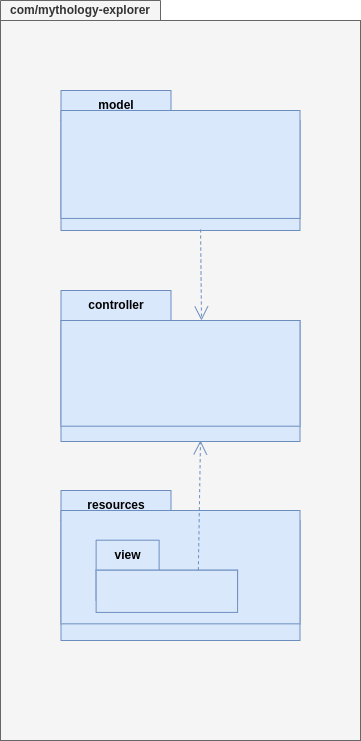
alexfdb/mythology-explorer keeps this draw.io diagram as images/diagrama-paquetes.drawio.png. Above is the earlier version. Source tidied: cells renumbered, new cells last; positions are measured from the earlier drawing's top-left corner, leaving out a move shared by most shapes. Source of this version:
```xml
<mxGraphModel>
  <root>
    <mxCell id="0" />
    <mxCell id="1" parent="0" />
    <mxCell id="2" value="com/mythology-explorer" style="shape=folder;fontStyle=1;tabWidth=160;tabHeight=20;tabPosition=left;html=1;boundedLbl=1;labelInHeader=1;whiteSpace=wrap;fillColor=#f5f5f5;fontColor=#333333;strokeColor=#666666;" parent="1" vertex="1">
      <mxGeometry width="360" height="740" as="geometry" />
    </mxCell>
    <mxCell id="3" style="html=1;whiteSpace=wrap;fillColor=#f5f5f5;fontColor=#333333;strokeColor=#666666;" parent="1" vertex="1">
      <mxGeometry y="20" width="360" height="720" as="geometry">
        <mxPoint y="20" as="offset" />
      </mxGeometry>
    </mxCell>
    <mxCell id="4" value="model" style="shape=folder;fontStyle=1;tabWidth=110;tabHeight=30;tabPosition=left;html=1;boundedLbl=1;labelInHeader=1;whiteSpace=wrap;fillColor=#dae8fc;strokeColor=#6c8ebf;" parent="1" vertex="1">
      <mxGeometry x="60.5" y="90" width="239" height="140" as="geometry" />
    </mxCell>
    <mxCell id="5" style="html=1;strokeColor=#6c8ebf;fillColor=#dae8fc;whiteSpace=wrap;" parent="4" vertex="1">
      <mxGeometry width="239" height="107.93" relative="1" as="geometry">
        <mxPoint y="20" as="offset" />
      </mxGeometry>
    </mxCell>
    <mxCell id="6" value="controller" style="shape=folder;fontStyle=1;tabWidth=110;tabHeight=30;tabPosition=left;html=1;boundedLbl=1;labelInHeader=1;whiteSpace=wrap;fillColor=#dae8fc;strokeColor=#6c8ebf;" parent="1" vertex="1">
      <mxGeometry x="60.5" y="290" width="239" height="151" as="geometry" />
    </mxCell>
    <mxCell id="7" style="html=1;strokeColor=#6c8ebf;fillColor=#dae8fc;whiteSpace=wrap;" parent="6" vertex="1">
      <mxGeometry width="239" height="105.7" relative="1" as="geometry">
        <mxPoint y="30" as="offset" />
      </mxGeometry>
    </mxCell>
    <mxCell id="8" value="resources" style="shape=folder;fontStyle=1;tabWidth=110;tabHeight=30;tabPosition=left;html=1;boundedLbl=1;labelInHeader=1;whiteSpace=wrap;fillColor=#dae8fc;strokeColor=#6c8ebf;" parent="1" vertex="1">
      <mxGeometry x="60.5" y="490" width="239" height="150" as="geometry" />
    </mxCell>
    <mxCell id="9" style="html=1;strokeColor=#6c8ebf;fillColor=#dae8fc;whiteSpace=wrap;" parent="8" vertex="1">
      <mxGeometry width="239" height="113.33" relative="1" as="geometry">
        <mxPoint y="20" as="offset" />
      </mxGeometry>
    </mxCell>
    <mxCell id="10" value="view" style="shape=folder;fontStyle=1;tabWidth=63;tabHeight=30;tabPosition=left;html=1;boundedLbl=1;labelInHeader=1;whiteSpace=wrap;fillColor=#dae8fc;strokeColor=#6c8ebf;" parent="8" vertex="1">
      <mxGeometry x="35.1" y="49.7" width="141.4" height="60.3" as="geometry" />
    </mxCell>
    <mxCell id="11" style="html=1;strokeColor=#6c8ebf;fillColor=#dae8fc;whiteSpace=wrap;" parent="10" vertex="1">
      <mxGeometry width="141.45" height="42.22" relative="1" as="geometry">
        <mxPoint y="30" as="offset" />
      </mxGeometry>
    </mxCell>
    <mxCell id="12" style="edgeStyle=none;html=1;endArrow=open;endSize=12;dashed=1;verticalAlign=bottom;exitX=0;exitY=0;exitDx=102.22448979591837;exitDy=30;exitPerimeter=0;fillColor=#dae8fc;strokeColor=#6c8ebf;" parent="1" edge="1" source="10">
      <mxGeometry relative="1" as="geometry">
        <mxPoint x="200" y="440" as="targetPoint" />
      </mxGeometry>
    </mxCell>
    <mxCell id="13" style="edgeStyle=none;html=1;endArrow=open;endSize=12;dashed=1;verticalAlign=bottom;exitX=0.584;exitY=0.993;exitDx=0;exitDy=0;exitPerimeter=0;fillColor=#dae8fc;strokeColor=#6c8ebf;" parent="1" edge="1" source="4">
      <mxGeometry relative="1" as="geometry">
        <mxPoint x="201" y="320" as="targetPoint" />
      </mxGeometry>
    </mxCell>
  </root>
</mxGraphModel>
```
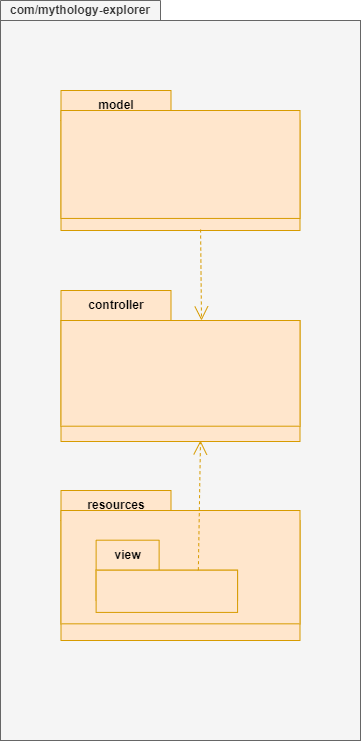
After the commit.

Commit message:
Se diseña el diagrama de clases

Diff of the diagram source:
```diff
@@ -2,52 +2,52 @@
   <root>
     <mxCell id="0" />
     <mxCell id="1" parent="0" />
-    <mxCell id="2" value="com/mythology-explorer" style="shape=folder;fontStyle=1;tabWidth=160;tabHeight=20;tabPosition=left;html=1;boundedLbl=1;labelInHeader=1;whiteSpace=wrap;fillColor=#f5f5f5;fontColor=#333333;strokeColor=#666666;" parent="1" vertex="1">
+    <mxCell id="2" value="com/mythology-explorer" style="shape=folder;fontStyle=1;tabWidth=160;tabHeight=20;tabPosition=left;html=1;boundedLbl=1;labelInHeader=1;whiteSpace=wrap;fillColor=#f5f5f5;strokeColor=#666666;fontColor=#333333;" parent="1" vertex="1">
       <mxGeometry width="360" height="740" as="geometry" />
     </mxCell>
-    <mxCell id="3" style="html=1;whiteSpace=wrap;fillColor=#f5f5f5;fontColor=#333333;strokeColor=#666666;" parent="1" vertex="1">
+    <mxCell id="3" style="html=1;whiteSpace=wrap;fillColor=#f5f5f5;strokeColor=#666666;fontColor=#333333;" parent="1" vertex="1">
       <mxGeometry y="20" width="360" height="720" as="geometry">
         <mxPoint y="20" as="offset" />
       </mxGeometry>
     </mxCell>
-    <mxCell id="4" value="model" style="shape=folder;fontStyle=1;tabWidth=110;tabHeight=30;tabPosition=left;html=1;boundedLbl=1;labelInHeader=1;whiteSpace=wrap;fillColor=#dae8fc;strokeColor=#6c8ebf;" parent="1" vertex="1">
+    <mxCell id="4" value="model" style="shape=folder;fontStyle=1;tabWidth=110;tabHeight=30;tabPosition=left;html=1;boundedLbl=1;labelInHeader=1;whiteSpace=wrap;fillColor=#ffe6cc;strokeColor=#d79b00;" parent="1" vertex="1">
       <mxGeometry x="60.5" y="90" width="239" height="140" as="geometry" />
     </mxCell>
-    <mxCell id="5" style="html=1;strokeColor=#6c8ebf;fillColor=#dae8fc;whiteSpace=wrap;" parent="4" vertex="1">
+    <mxCell id="5" style="html=1;strokeColor=#d79b00;fillColor=#ffe6cc;whiteSpace=wrap;" parent="4" vertex="1">
       <mxGeometry width="239" height="107.93" relative="1" as="geometry">
         <mxPoint y="20" as="offset" />
       </mxGeometry>
     </mxCell>
-    <mxCell id="6" value="controller" style="shape=folder;fontStyle=1;tabWidth=110;tabHeight=30;tabPosition=left;html=1;boundedLbl=1;labelInHeader=1;whiteSpace=wrap;fillColor=#dae8fc;strokeColor=#6c8ebf;" parent="1" vertex="1">
+    <mxCell id="6" value="controller" style="shape=folder;fontStyle=1;tabWidth=110;tabHeight=30;tabPosition=left;html=1;boundedLbl=1;labelInHeader=1;whiteSpace=wrap;fillColor=#ffe6cc;strokeColor=#d79b00;" parent="1" vertex="1">
       <mxGeometry x="60.5" y="290" width="239" height="151" as="geometry" />
     </mxCell>
-    <mxCell id="7" style="html=1;strokeColor=#6c8ebf;fillColor=#dae8fc;whiteSpace=wrap;" parent="6" vertex="1">
+    <mxCell id="7" style="html=1;strokeColor=#d79b00;fillColor=#ffe6cc;whiteSpace=wrap;" parent="6" vertex="1">
       <mxGeometry width="239" height="105.7" relative="1" as="geometry">
         <mxPoint y="30" as="offset" />
       </mxGeometry>
     </mxCell>
-    <mxCell id="8" value="resources" style="shape=folder;fontStyle=1;tabWidth=110;tabHeight=30;tabPosition=left;html=1;boundedLbl=1;labelInHeader=1;whiteSpace=wrap;fillColor=#dae8fc;strokeColor=#6c8ebf;" parent="1" vertex="1">
+    <mxCell id="8" value="resources" style="shape=folder;fontStyle=1;tabWidth=110;tabHeight=30;tabPosition=left;html=1;boundedLbl=1;labelInHeader=1;whiteSpace=wrap;fillColor=#ffe6cc;strokeColor=#d79b00;" parent="1" vertex="1">
       <mxGeometry x="60.5" y="490" width="239" height="150" as="geometry" />
     </mxCell>
-    <mxCell id="9" style="html=1;strokeColor=#6c8ebf;fillColor=#dae8fc;whiteSpace=wrap;" parent="8" vertex="1">
+    <mxCell id="9" style="html=1;strokeColor=#d79b00;fillColor=#ffe6cc;whiteSpace=wrap;" parent="8" vertex="1">
       <mxGeometry width="239" height="113.33" relative="1" as="geometry">
         <mxPoint y="20" as="offset" />
       </mxGeometry>
     </mxCell>
-    <mxCell id="10" value="view" style="shape=folder;fontStyle=1;tabWidth=63;tabHeight=30;tabPosition=left;html=1;boundedLbl=1;labelInHeader=1;whiteSpace=wrap;fillColor=#dae8fc;strokeColor=#6c8ebf;" parent="8" vertex="1">
+    <mxCell id="10" value="view" style="shape=folder;fontStyle=1;tabWidth=63;tabHeight=30;tabPosition=left;html=1;boundedLbl=1;labelInHeader=1;whiteSpace=wrap;fillColor=#ffe6cc;strokeColor=#d79b00;" parent="8" vertex="1">
       <mxGeometry x="35.1" y="49.7" width="141.4" height="60.3" as="geometry" />
     </mxCell>
-    <mxCell id="11" style="html=1;strokeColor=#6c8ebf;fillColor=#dae8fc;whiteSpace=wrap;" parent="10" vertex="1">
+    <mxCell id="11" style="html=1;strokeColor=#d79b00;fillColor=#ffe6cc;whiteSpace=wrap;" parent="10" vertex="1">
       <mxGeometry width="141.45" height="42.22" relative="1" as="geometry">
         <mxPoint y="30" as="offset" />
       </mxGeometry>
     </mxCell>
-    <mxCell id="12" style="edgeStyle=none;html=1;endArrow=open;endSize=12;dashed=1;verticalAlign=bottom;exitX=0;exitY=0;exitDx=102.22448979591837;exitDy=30;exitPerimeter=0;fillColor=#dae8fc;strokeColor=#6c8ebf;" parent="1" edge="1" source="10">
+    <mxCell id="12" style="edgeStyle=none;html=1;endArrow=open;endSize=12;dashed=1;verticalAlign=bottom;exitX=0;exitY=0;exitDx=102.22448979591837;exitDy=30;exitPerimeter=0;fillColor=#ffe6cc;strokeColor=#d79b00;" parent="1" edge="1" source="10">
       <mxGeometry relative="1" as="geometry">
         <mxPoint x="200" y="440" as="targetPoint" />
       </mxGeometry>
     </mxCell>
-    <mxCell id="13" style="edgeStyle=none;html=1;endArrow=open;endSize=12;dashed=1;verticalAlign=bottom;exitX=0.584;exitY=0.993;exitDx=0;exitDy=0;exitPerimeter=0;fillColor=#dae8fc;strokeColor=#6c8ebf;" parent="1" edge="1" source="4">
+    <mxCell id="13" style="edgeStyle=none;html=1;endArrow=open;endSize=12;dashed=1;verticalAlign=bottom;exitX=0.584;exitY=0.993;exitDx=0;exitDy=0;exitPerimeter=0;fillColor=#ffe6cc;strokeColor=#d79b00;" parent="1" edge="1" source="4">
       <mxGeometry relative="1" as="geometry">
         <mxPoint x="201" y="320" as="targetPoint" />
       </mxGeometry>
```
